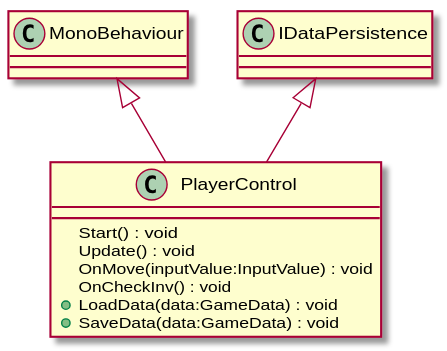
The PlantUML diagram UML/MallowMystery/Assets/Scripts/PlayerControl.svg in robinsuurs/Mallow_Mysterie, before a commit.
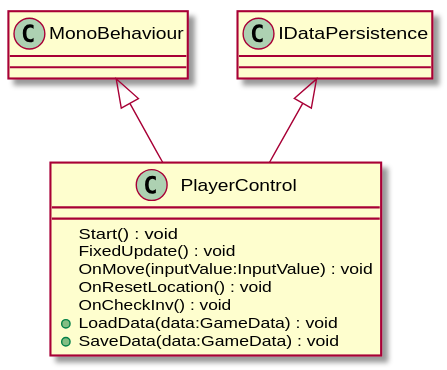
After the change.

Commit message:
Generate UML (Generate UML)

What changed in the source:
```diff
@@ -1,8 +1,9 @@
 @startuml
 class PlayerControl {
     Start() : void
-    Update() : void
+    FixedUpdate() : void
     OnMove(inputValue:InputValue) : void
+    OnResetLocation() : void
     OnCheckInv() : void
     + LoadData(data:GameData) : void
     + SaveData(data:GameData) : void
```
